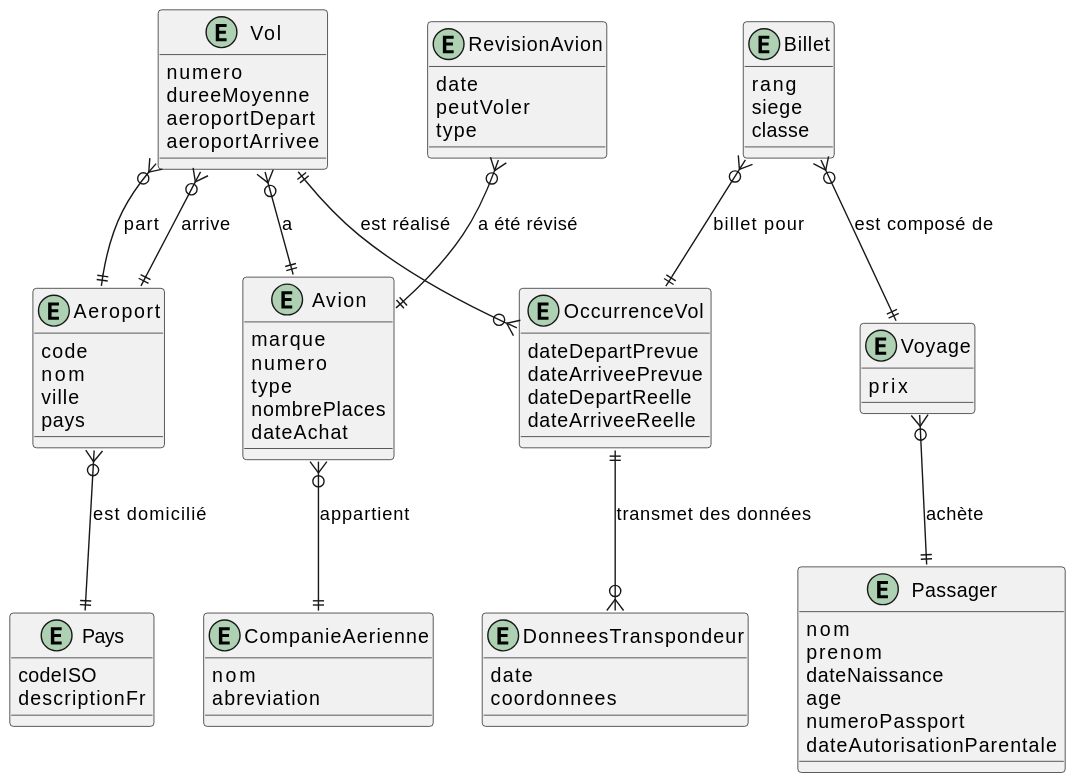
Before: images/ERD/airline_reservation/erd_airline_reservation_logique.svg, a diagram exported from PlantUML (rparadiscsfoy/420-W34-SF-TP01). Source of this version:
```plantuml
@startuml erd_airline_reservation_logique

entity Pays {
    codeISO
    descriptionFr
}

entity Aeroport {
    code
    nom
    ville
    pays
}

entity OccurrenceVol {
    dateDepartPrevue
    dateArriveePrevue
    dateDepartReelle
    dateArriveeReelle
}

entity Vol {
    numero
    dureeMoyenne
    aeroportDepart
    aeroportArrivee
}

entity DonneesTranspondeur {
    date
    coordonnees
}

entity Avion {
    marque
    numero
    type
    nombrePlaces
    dateAchat
}

entity RevisionAvion {
    date
    peutVoler
    type
}

entity CompanieAerienne {
    nom
    abreviation
}

entity Voyage {
    prix
}

entity Billet {
    rang
    siege
    classe
}

entity Passager {
    nom
    prenom
    dateNaissance
    age
    numeroPassport
    dateAutorisationParentale
}

Vol }o--|| Aeroport: arrive
Vol }o--|| Aeroport: part
Vol }o--|| Avion: a
Vol ||--o{ OccurrenceVol: est réalisé

Avion }o--|| CompanieAerienne: appartient

Billet }o--|| Voyage: est composé de
Billet }o--|| OccurrenceVol: billet pour

Voyage }o--|| Passager: achète

Aeroport }o--|| Pays: est domicilié

OccurrenceVol ||--o{ DonneesTranspondeur: transmet des données

RevisionAvion }o--|| Avion: a été révisé

@enduml
```
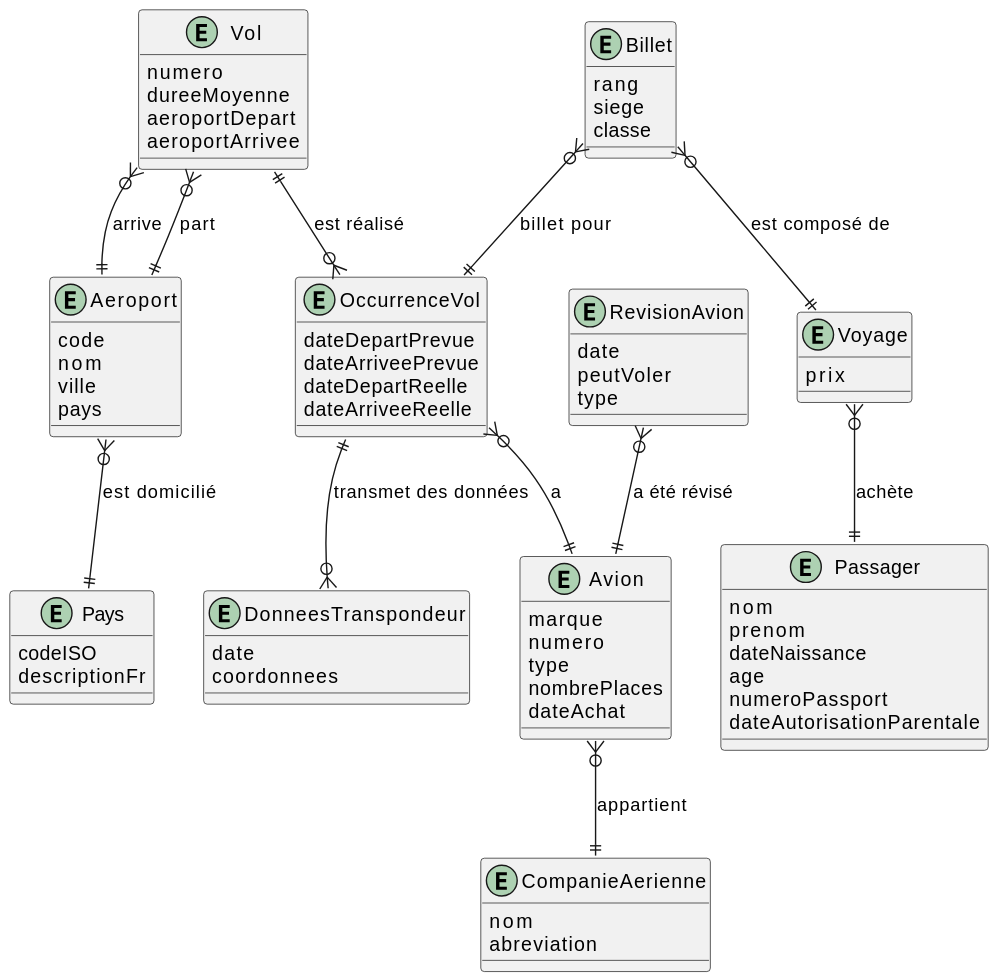
After the change.

Commit message:
Correction relation entre occurencevol et avion

Diff of the diagram source:
```diff
@@ -71,7 +71,6 @@
 
 Vol }o--|| Aeroport: arrive
 Vol }o--|| Aeroport: part
-Vol }o--|| Avion: a
 Vol ||--o{ OccurrenceVol: est réalisé
 
 Avion }o--|| CompanieAerienne: appartient
@@ -84,6 +83,8 @@
 Aeroport }o--|| Pays: est domicilié
 
 OccurrenceVol ||--o{ DonneesTranspondeur: transmet des données
+OccurrenceVol }o--|| Avion: a
+
 
 RevisionAvion }o--|| Avion: a été révisé
 
```
